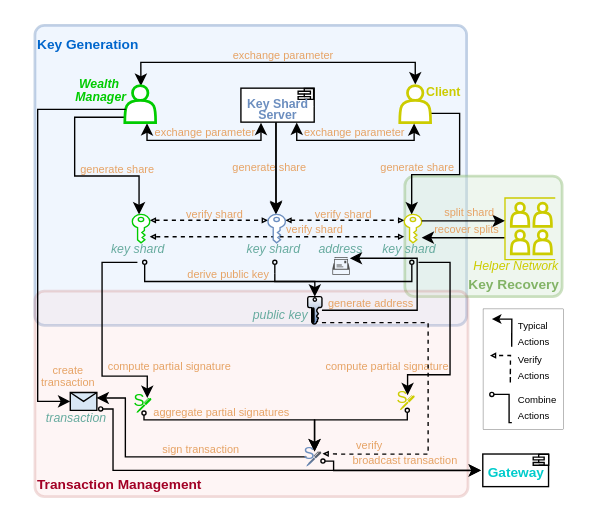
Earlier version of the draw.io diagram page "txn-sign-tech" (4 of 13) of drawio-diagrams/wallet_architecture.drawio (dlt-science/crypto-mpc-wallet-bloom). Source tidied: cells renumbered, new cells numbered last; positions are measured from the earlier drawing's top-left corner, leaving out a move shared by most shapes. Both pictures are drawn from the tidied source at 137%, with x=0, y=0 at pixel (34, 25).
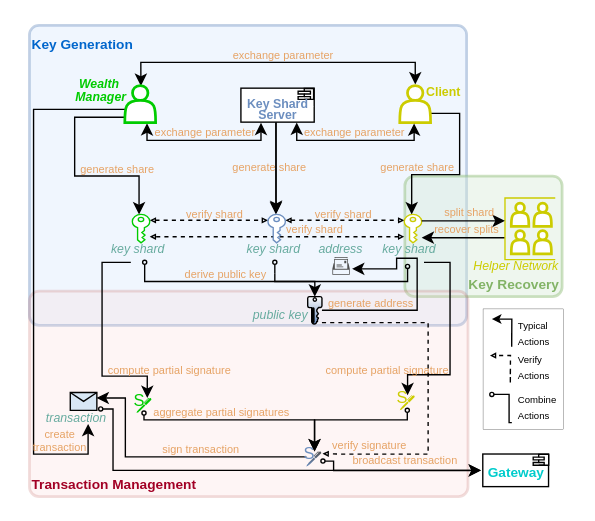
The same page after the edit.

Unchanged cells that the change refers to:
```xml
<mxCell id="37" style="sketch=0;shadow=0;html=1;strokeColor=#000000;labelPosition=center;verticalLabelPosition=bottom;verticalAlign=bottom;align=center;fillColor=#FFFFFF;shape=mxgraph.mscae.enterprise.key_permissions;rotation=0;spacingTop=0;spacing=1;spacingBottom=0;textDirection=ltr;spacingRight=-8;horizontal=1;gradientColor=#6C8EBF;" parent="1" vertex="1">
  <mxGeometry x="199.1" y="198" width="10.4" height="20" as="geometry" />
</mxCell>
<mxCell id="45" value="&lt;i style=&quot;&quot;&gt;&lt;font style=&quot;font-size: 9px;&quot; color=&quot;#67ab9f&quot;&gt;transaction&lt;/font&gt;&lt;/i&gt;" style="shape=message;html=1;html=1;outlineConnect=0;labelPosition=center;verticalLabelPosition=bottom;align=center;verticalAlign=top;fillColor=#D8E7F5;rotation=0;spacingTop=-9;spacingLeft=-11;spacingRight=0;spacingBottom=0;horizontal=1;spacing=2;" parent="1" vertex="1">
  <mxGeometry x="25.8" y="268" width="19.4" height="13" as="geometry" />
</mxCell>
<mxCell id="48" style="sketch=0;shadow=0;dashed=0;html=1;strokeColor=none;fillColor=#CCCC00;labelPosition=center;verticalLabelPosition=bottom;verticalAlign=top;outlineConnect=0;align=center;shape=mxgraph.office.concepts.writing_pen;" parent="46" vertex="1">
  <mxGeometry x="10" y="49" width="11" height="11" as="geometry" />
</mxCell>
<mxCell id="50" style="sketch=0;shadow=0;dashed=0;html=1;strokeColor=none;fillColor=#00CC00;labelPosition=center;verticalLabelPosition=bottom;verticalAlign=top;outlineConnect=0;align=center;shape=mxgraph.office.concepts.writing_pen;" parent="1" vertex="1">
  <mxGeometry x="74.1" y="272" width="11" height="11" as="geometry" />
</mxCell>
<mxCell id="52" style="edgeStyle=orthogonalEdgeStyle;rounded=0;jettySize=auto;html=1;endArrow=block;endFill=0;endSize=2;dashed=1;entryX=0.95;entryY=0.488;entryDx=0;entryDy=0;entryPerimeter=0;" parent="1" edge="1" source="37" target="59">
  <mxGeometry relative="1" as="geometry">
    <Array as="points">
      <mxPoint x="287" y="217" />
      <mxPoint x="287" y="313" />
      <mxPoint x="227" y="313" />
    </Array>
  </mxGeometry>
</mxCell>
<mxCell id="76" value="&lt;i style=&quot;color: rgb(103, 171, 159);&quot;&gt;&lt;font style=&quot;font-size: 9px;&quot;&gt;address&lt;/font&gt;&lt;/i&gt;" style="sketch=0;shadow=0;dashed=0;html=1;strokeColor=none;fillColor=#505050;labelPosition=center;verticalLabelPosition=top;verticalAlign=bottom;outlineConnect=0;align=center;shape=mxgraph.office.concepts.mailbox2;spacingBottom=-3;spacingTop=0;fontSize=10;textDirection=ltr;horizontal=1;" parent="1" vertex="1">
  <mxGeometry x="217.1" y="169" width="12.7" height="13" as="geometry" />
</mxCell>
```

The edit, as a diff of the source:
```diff
@@
     <mxCell id="2" value="&lt;b style=&quot;color: rgb(0, 102, 204); caret-color: rgb(0, 0, 0); text-wrap: nowrap;&quot;&gt;&lt;font style=&quot;font-size: 10px;&quot;&gt;Key Generation&lt;/font&gt;&lt;/b&gt;" style="rounded=1;whiteSpace=wrap;html=1;absoluteArcSize=1;arcSize=14;strokeWidth=2;fillColor=#dae8fc;strokeColor=#6c8ebf;opacity=40;rotation=0;align=left;verticalAlign=top;spacingTop=0;labelPosition=center;verticalLabelPosition=middle;" parent="1" vertex="1">
-      <mxGeometry width="315.1" height="219" as="geometry" />
+      <mxGeometry x="-4" width="319.1" height="219" as="geometry" />
     </mxCell>
@@
     <mxCell id="6" value="&lt;b style=&quot;color: rgb(162, 0, 37); caret-color: rgb(0, 0, 0); text-wrap: nowrap;&quot;&gt;&lt;font style=&quot;font-size: 10px;&quot;&gt;Transaction Management&lt;/font&gt;&lt;/b&gt;" style="rounded=1;whiteSpace=wrap;html=1;absoluteArcSize=1;arcSize=14;strokeWidth=2;fillColor=#f8cecc;strokeColor=#b85450;opacity=20;rotation=0;align=left;verticalAlign=bottom;spacingBottom=0;labelBackgroundColor=none;spacing=2;" parent="1" vertex="1">
-      <mxGeometry y="194" width="316.1" height="150" as="geometry" />
+      <mxGeometry x="-4" y="194" width="320.1" height="150" as="geometry" />
     </mxCell>
@@
-    <mxCell id="18" style="shape=actor;whiteSpace=wrap;html=1;strokeWidth=2;strokeColor=#00CC00;" parent="1" vertex="1">
-      <mxGeometry x="65.6" y="44" width="22.5" height="27" as="geometry" />
-    </mxCell>
@@
-    <mxCell id="27" style="edgeStyle=orthogonalEdgeStyle;rounded=0;jettySize=auto;html=1;exitX=0.032;exitY=0.641;exitDx=0;exitDy=0;exitPerimeter=0;entryX=0;entryY=0.5;entryDx=0;entryDy=0;" parent="1" edge="1" source="18" target="45">
+    <mxCell id="27" style="edgeStyle=orthogonalEdgeStyle;rounded=0;jettySize=auto;html=1;exitX=0.032;exitY=0.641;exitDx=0;exitDy=0;exitPerimeter=0;entryX=0.523;entryY=0.996;entryDx=0;entryDy=0;entryPerimeter=0;" parent="1" edge="1" source="18">
       <mxGeometry relative="1" as="geometry">
+        <mxPoint x="38.8" y="290.9" as="targetPoint" />
         <Array as="points">
-          <mxPoint x="2" y="61" />
-          <mxPoint x="2" y="275" />
+          <mxPoint x="-1" y="61" />
+          <mxPoint x="-1" y="313" />
+          <mxPoint x="39" y="313" />
+          <mxPoint x="39" y="291" />
         </Array>
       </mxGeometry>
     </mxCell>
     <mxCell id="28" value="&lt;font color=&quot;#e6a365&quot; style=&quot;font-size: 8px; line-height: 40%;&quot;&gt;create&lt;/font&gt;&lt;div style=&quot;line-height: 40%;&quot;&gt;&lt;font color=&quot;#e6a365&quot; style=&quot;font-size: 8px; line-height: 40%;&quot;&gt;transaction&lt;/font&gt;&lt;/div&gt;" style="edgeLabel;html=1;align=center;verticalAlign=middle;labelBackgroundColor=none;rotation=0;" parent="27" vertex="1">
       <mxGeometry x="0.77" y="1" relative="1" as="geometry">
-        <mxPoint x="20" y="-10" as="offset" />
+        <mxPoint x="1" y="-12" as="offset" />
       </mxGeometry>
     </mxCell>
@@
-    <mxCell id="36" style="edgeStyle=orthogonalEdgeStyle;rounded=0;jettySize=auto;html=1;" parent="1" edge="1" source="37" target="76">
+    <mxCell id="36" style="edgeStyle=orthogonalEdgeStyle;rounded=0;jettySize=auto;html=1;entryX=1.133;entryY=0.671;entryDx=0;entryDy=0;entryPerimeter=0;" parent="1" edge="1" source="37" target="76">
       <mxGeometry relative="1" as="geometry">
         <Array as="points">
           <mxPoint x="279" y="208" />
           <mxPoint x="279" y="170" />
+          <mxPoint x="264" y="170" />
+          <mxPoint x="264" y="178" />
         </Array>
       </mxGeometry>
     </mxCell>
@@
     <mxCell id="39" style="edgeStyle=orthogonalEdgeStyle;rounded=0;orthogonalLoop=1;jettySize=auto;html=1;startArrow=oval;startFill=0;startSize=3;endArrow=none;endFill=0;" parent="1" edge="1">
       <mxGeometry relative="1" as="geometry">
-        <mxPoint x="275.1" y="173" as="sourcePoint" />
+        <mxPoint x="272" y="176" as="sourcePoint" />
         <mxPoint x="175.1" y="181" as="targetPoint" />
         <Array as="points">
-          <mxPoint x="275.1" y="187" />
-          <mxPoint x="175.1" y="187" />
-          <mxPoint x="175.1" y="181" />
+          <mxPoint x="272" y="187" />
+          <mxPoint x="175" y="187" />
         </Array>
       </mxGeometry>
     </mxCell>
@@
     <mxCell id="41" style="edgeStyle=orthogonalEdgeStyle;rounded=0;jettySize=auto;html=1;startArrow=none;startFill=0;startSize=3;" parent="1" edge="1" target="50">
       <mxGeometry relative="1" as="geometry">
-        <mxPoint x="74.8" y="173" as="sourcePoint" />
+        <mxPoint x="70" y="173" as="sourcePoint" />
         <Array as="points">
           <mxPoint x="49" y="173" />
           <mxPoint x="49" y="256" />
           <mxPoint x="82" y="256" />
         </Array>
       </mxGeometry>
     </mxCell>
@@
     <mxCell id="43" style="edgeStyle=orthogonalEdgeStyle;rounded=0;jettySize=auto;html=1;startArrow=none;startFill=0;startSize=3;" parent="1" edge="1" target="48">
       <mxGeometry relative="1" as="geometry">
-        <mxPoint x="280" y="173" as="sourcePoint" />
+        <mxPoint x="284" y="173" as="sourcePoint" />
         <Array as="points">
           <mxPoint x="303" y="173" />
           <mxPoint x="303" y="255" />
           <mxPoint x="272" y="255" />
         </Array>
       </mxGeometry>
     </mxCell>
@@
-    <mxCell id="53" value="&lt;span style=&quot;color: rgb(230, 163, 101); font-size: 8px;&quot;&gt;verify&lt;/span&gt;" style="edgeLabel;html=1;align=center;verticalAlign=middle;labelBackgroundColor=none;" parent="52" vertex="1">
+    <mxCell id="53" value="&lt;span style=&quot;color: rgb(230, 163, 101); font-size: 8px;&quot;&gt;verify signature&lt;/span&gt;" style="edgeLabel;html=1;align=center;verticalAlign=middle;labelBackgroundColor=none;" parent="52" vertex="1">
       <mxGeometry x="-0.18" relative="1" as="geometry">
         <mxPoint x="-44" y="63" as="offset" />
       </mxGeometry>
     </mxCell>
@@
+    <mxCell id="18" style="shape=actor;whiteSpace=wrap;html=1;strokeWidth=2;strokeColor=#00CC00;" parent="1" vertex="1">
+      <mxGeometry x="65.6" y="44" width="22.5" height="27" as="geometry" />
+    </mxCell>
```
